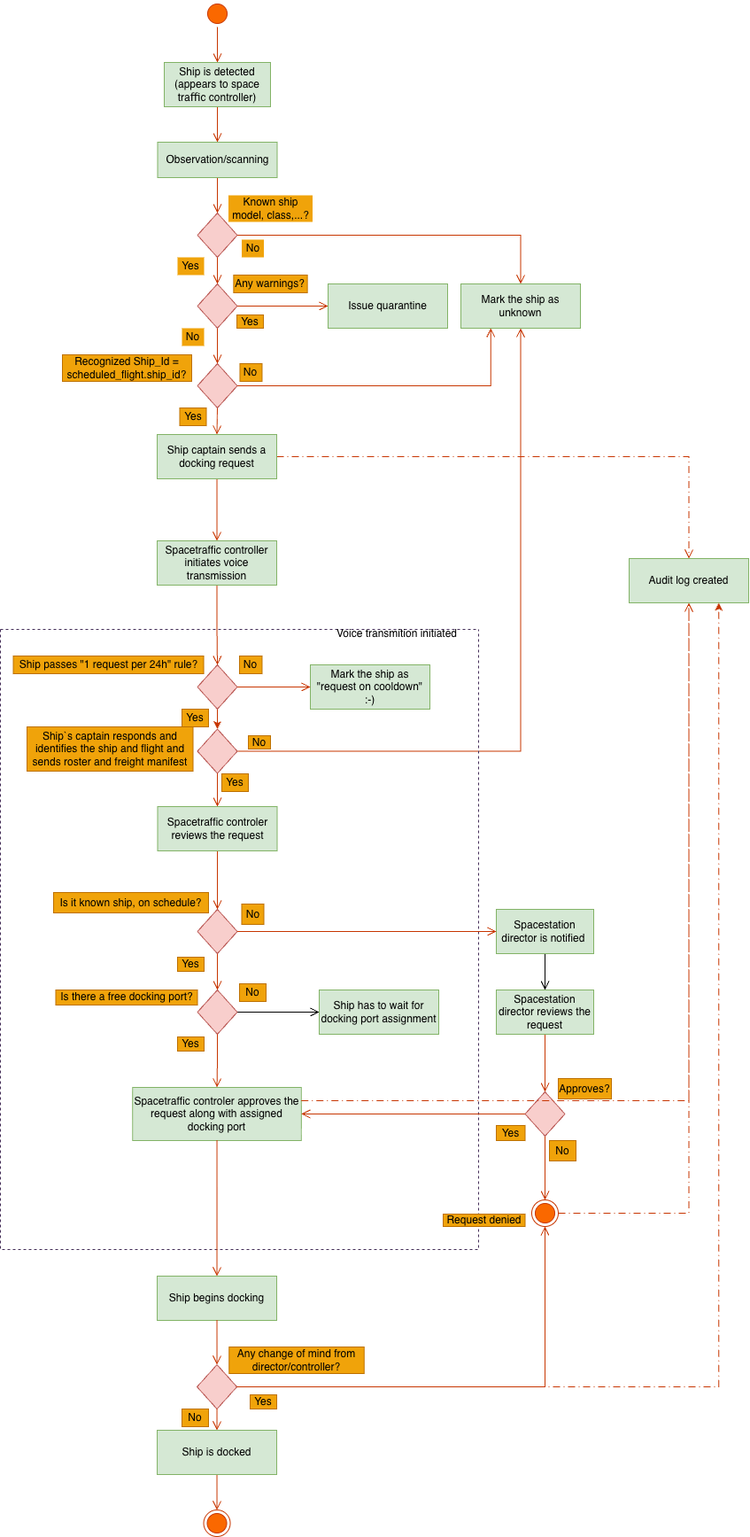
Above: Spacedock_BPMN.drawio.png in Casual159/SpaceDock-home-assignment (draw.io), before the change. Source tidied: cells renumbered, new cells last; positions are measured from the earlier drawing's top-left corner, leaving out a move shared by most shapes.
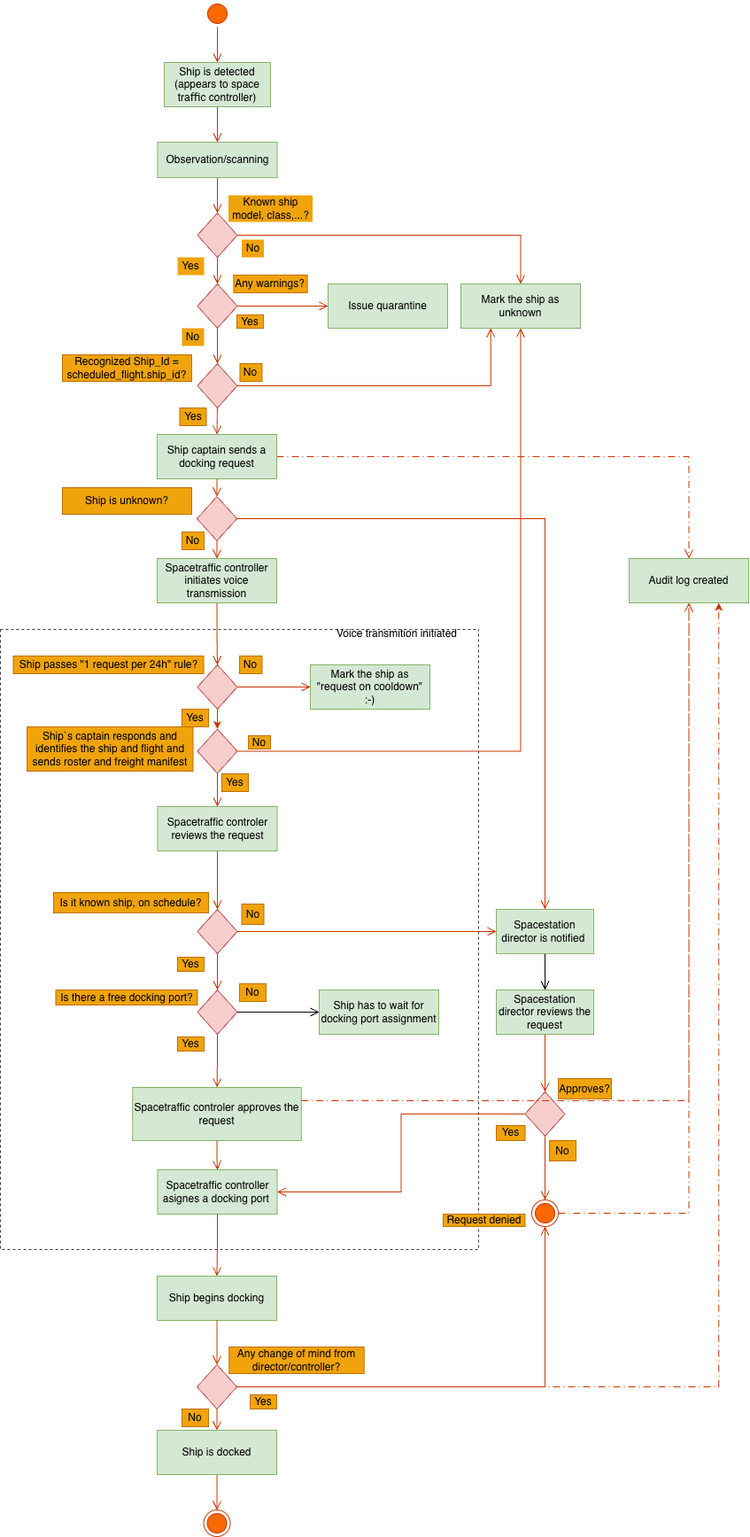
After the commit.

What changed in the source:
```diff
@@ -119,7 +119,10 @@
     <mxCell id="40" value="No" style="text;html=1;whiteSpace=wrap;align=center;verticalAlign=middle;rounded=0;fontFamily=Helvetica;fontSize=12;labelBackgroundColor=none;fillColor=#f0a30a;fontColor=#000000;strokeColor=#BD7000;" parent="22" vertex="1">
       <mxGeometry x="270" y="400" width="30" height="20" as="geometry" />
     </mxCell>
+    <mxCell id="92" style="edgeStyle=orthogonalEdgeStyle;shape=connector;rounded=0;jettySize=auto;html=1;strokeColor=#C73500;align=center;verticalAlign=bottom;fontFamily=Helvetica;fontSize=12;fontColor=default;labelBackgroundColor=none;endArrow=open;endSize=8;fillColor=#fa6800;" parent="22" edge="1" source="41" target="93">
+      <mxGeometry relative="1" as="geometry" />
+    </mxCell>
-    <mxCell id="41" value="Spacetraffic controler approves the request along with assigned docking port" style="rounded=0;whiteSpace=wrap;html=1;fontFamily=Helvetica;fontSize=12;labelBackgroundColor=none;fillColor=#d5e8d4;strokeColor=#82b366;" parent="22" vertex="1">
+    <mxCell id="41" value="Spacetraffic controler approves the request" style="rounded=0;whiteSpace=wrap;html=1;fontFamily=Helvetica;fontSize=12;labelBackgroundColor=none;fillColor=#d5e8d4;strokeColor=#82b366;" parent="22" vertex="1">
       <mxGeometry x="149.2" y="517" width="190.6" height="60" as="geometry" />
     </mxCell>
     <mxCell id="42" style="edgeStyle=orthogonalEdgeStyle;shape=connector;rounded=0;jettySize=auto;html=1;exitX=0.5;exitY=1;exitDx=0;exitDy=0;entryX=0.5;entryY=0;entryDx=0;entryDy=0;align=center;verticalAlign=bottom;fontFamily=Helvetica;fontSize=12;fontColor=default;labelBackgroundColor=none;endArrow=open;endSize=8;fillColor=#fa6800;strokeColor=#C73500;" parent="22" edge="1" source="37" target="41">
@@ -140,7 +143,7 @@
     <mxCell id="47" value="Spacestation director reviews the request" style="rounded=0;whiteSpace=wrap;html=1;fontFamily=Helvetica;fontSize=12;labelBackgroundColor=none;fillColor=#d5e8d4;strokeColor=#82b366;" parent="22" vertex="1">
       <mxGeometry x="560" y="407" width="110" height="50" as="geometry" />
     </mxCell>
-    <mxCell id="48" style="edgeStyle=orthogonalEdgeStyle;shape=connector;rounded=0;jettySize=auto;html=1;exitX=0;exitY=0.5;exitDx=0;exitDy=0;entryX=1;entryY=0.5;entryDx=0;entryDy=0;align=center;verticalAlign=bottom;fontFamily=Helvetica;fontSize=12;fontColor=default;labelBackgroundColor=none;endArrow=open;endSize=8;fillColor=#fa6800;strokeColor=#C73500;" parent="22" edge="1" source="50" target="41">
+    <mxCell id="48" style="edgeStyle=orthogonalEdgeStyle;shape=connector;rounded=0;jettySize=auto;html=1;exitX=0;exitY=0.5;exitDx=0;exitDy=0;entryX=1;entryY=0.5;entryDx=0;entryDy=0;align=center;verticalAlign=bottom;fontFamily=Helvetica;fontSize=12;fontColor=default;labelBackgroundColor=none;endArrow=open;endSize=8;fillColor=#fa6800;strokeColor=#C73500;" parent="22" edge="1" source="50" target="93">
       <mxGeometry relative="1" as="geometry" />
     </mxCell>
     <mxCell id="49" style="edgeStyle=orthogonalEdgeStyle;shape=connector;rounded=0;jettySize=auto;html=1;exitX=0.5;exitY=1;exitDx=0;exitDy=0;entryX=0.5;entryY=0;entryDx=0;entryDy=0;align=center;verticalAlign=bottom;fontFamily=Helvetica;fontSize=12;fontColor=default;labelBackgroundColor=none;endArrow=open;endSize=8;fillColor=#fa6800;strokeColor=#C73500;" parent="22" edge="1" source="50" target="53">
@@ -182,12 +185,15 @@
     <mxCell id="61" value="Ship passes &quot;1 request per 24h&quot; rule?" style="text;html=1;whiteSpace=wrap;align=center;verticalAlign=middle;rounded=0;fontFamily=Helvetica;fontSize=12;labelBackgroundColor=none;fillColor=#f0a30a;fontColor=#000000;strokeColor=#BD7000;" parent="22" vertex="1">
       <mxGeometry x="14.5" y="30" width="215" height="20" as="geometry" />
     </mxCell>
+    <mxCell id="93" value="Spacetraffic controller asignes a docking port&amp;nbsp;" style="rounded=0;whiteSpace=wrap;html=1;fontFamily=Helvetica;fontSize=12;labelBackgroundColor=none;fillColor=#d5e8d4;strokeColor=#82b366;" parent="22" vertex="1">
+      <mxGeometry x="177.5" y="610" width="135" height="50" as="geometry" />
+    </mxCell>
     <mxCell id="62" style="edgeStyle=orthogonalEdgeStyle;shape=connector;rounded=0;jettySize=auto;html=1;align=center;verticalAlign=bottom;fontFamily=Helvetica;fontSize=12;fontColor=default;labelBackgroundColor=none;endArrow=open;endSize=8;dashed=1;dashPattern=8 4 1 4;fillColor=#fa6800;strokeColor=#C73500;" parent="1" edge="1" source="64" target="75">
       <mxGeometry relative="1" as="geometry" />
     </mxCell>
-    <mxCell id="63" style="edgeStyle=orthogonalEdgeStyle;shape=connector;rounded=0;jettySize=auto;html=1;exitX=0.5;exitY=1;exitDx=0;exitDy=0;entryX=0.5;entryY=0;entryDx=0;entryDy=0;strokeColor=#C73500;align=center;verticalAlign=bottom;fontFamily=Helvetica;fontSize=12;fontColor=default;labelBackgroundColor=none;endArrow=open;endSize=8;fillColor=#fa6800;" parent="1" edge="1" source="64" target="87">
-      <mxGeometry relative="1" as="geometry" />
-    </mxCell>
+    <mxCell id="94" style="edgeStyle=orthogonalEdgeStyle;shape=connector;rounded=0;jettySize=auto;html=1;exitX=0.5;exitY=1;exitDx=0;exitDy=0;entryX=0.5;entryY=0;entryDx=0;entryDy=0;strokeColor=#C73500;align=center;verticalAlign=bottom;fontFamily=Helvetica;fontSize=12;fontColor=default;labelBackgroundColor=none;endArrow=open;endSize=8;fillColor=#fa6800;" parent="1" edge="1" source="64" target="97">
+      <mxGeometry relative="1" as="geometry" />
+    </mxCell>
     <mxCell id="64" value="Ship captain sends a docking request" style="rounded=0;whiteSpace=wrap;html=1;fontFamily=Helvetica;fontSize=12;labelBackgroundColor=none;fillColor=#d5e8d4;strokeColor=#82b366;" parent="1" vertex="1">
       <mxGeometry x="177" y="490" width="135" height="50" as="geometry" />
     </mxCell>
@@ -235,9 +241,6 @@
     <mxCell id="78" value="Ship begins docking" style="rounded=0;whiteSpace=wrap;html=1;fontFamily=Helvetica;fontSize=12;labelBackgroundColor=none;fillColor=#d5e8d4;strokeColor=#82b366;" parent="1" vertex="1">
       <mxGeometry x="177" y="1440" width="135" height="50" as="geometry" />
     </mxCell>
-    <mxCell id="79" style="edgeStyle=orthogonalEdgeStyle;shape=connector;rounded=0;jettySize=auto;html=1;exitX=0.5;exitY=1;exitDx=0;exitDy=0;entryX=0.5;entryY=0;entryDx=0;entryDy=0;align=center;verticalAlign=bottom;fontFamily=Helvetica;fontSize=12;fontColor=default;labelBackgroundColor=none;endArrow=open;endSize=8;fillColor=#fa6800;strokeColor=#C73500;" parent="1" edge="1" source="41" target="78">
-      <mxGeometry relative="1" as="geometry" />
-    </mxCell>
     <mxCell id="80" style="edgeStyle=orthogonalEdgeStyle;shape=connector;rounded=0;jettySize=auto;html=1;exitX=0.5;exitY=1;exitDx=0;exitDy=0;entryX=0.5;entryY=0;entryDx=0;entryDy=0;align=center;verticalAlign=bottom;fontFamily=Helvetica;fontSize=12;fontColor=default;labelBackgroundColor=none;endArrow=open;endSize=8;fillColor=#fa6800;strokeColor=#C73500;" parent="1" edge="1" source="78" target="82">
       <mxGeometry relative="1" as="geometry" />
     </mxCell>
@@ -260,7 +263,7 @@
       <mxGeometry relative="1" as="geometry" />
     </mxCell>
     <mxCell id="87" value="Spacetraffic controller initiates voice transmission" style="rounded=0;whiteSpace=wrap;html=1;fontFamily=Helvetica;fontSize=12;labelBackgroundColor=none;fillColor=#d5e8d4;strokeColor=#82b366;" parent="1" vertex="1">
-      <mxGeometry x="177" y="610" width="135" height="50" as="geometry" />
+      <mxGeometry x="177" y="630" width="135" height="50" as="geometry" />
     </mxCell>
     <mxCell id="88" value="No" style="text;html=1;whiteSpace=wrap;align=center;verticalAlign=middle;rounded=0;fontFamily=Helvetica;fontSize=12;labelBackgroundColor=none;fillColor=#f0a30a;fontColor=#000000;strokeColor=none;" parent="1" vertex="1">
       <mxGeometry x="205" y="370" width="25" height="20" as="geometry" />
@@ -274,5 +277,23 @@
     <mxCell id="91" value="No" style="text;html=1;whiteSpace=wrap;align=center;verticalAlign=middle;rounded=0;fontFamily=Helvetica;fontSize=12;labelBackgroundColor=none;fillColor=#f0a30a;fontColor=#000000;strokeColor=#BD7000;" parent="1" vertex="1">
       <mxGeometry x="620" y="1287" width="30" height="23" as="geometry" />
     </mxCell>
+    <mxCell id="95" style="edgeStyle=orthogonalEdgeStyle;shape=connector;rounded=0;jettySize=auto;html=1;exitX=0.5;exitY=1;exitDx=0;exitDy=0;entryX=0.5;entryY=0;entryDx=0;entryDy=0;strokeColor=#C73500;align=center;verticalAlign=bottom;fontFamily=Helvetica;fontSize=12;fontColor=default;labelBackgroundColor=none;endArrow=open;endSize=8;fillColor=#fa6800;" parent="1" edge="1" source="97" target="87">
+      <mxGeometry relative="1" as="geometry" />
+    </mxCell>
+    <mxCell id="96" style="edgeStyle=orthogonalEdgeStyle;shape=connector;rounded=0;jettySize=auto;html=1;exitX=1;exitY=0.5;exitDx=0;exitDy=0;entryX=0.5;entryY=0;entryDx=0;entryDy=0;strokeColor=#C73500;align=center;verticalAlign=bottom;fontFamily=Helvetica;fontSize=12;fontColor=default;labelBackgroundColor=none;endArrow=open;endSize=8;fillColor=#fa6800;" parent="1" edge="1" source="97" target="44">
+      <mxGeometry relative="1" as="geometry" />
+    </mxCell>
+    <mxCell id="97" style="rhombus;whiteSpace=wrap;html=1;fontFamily=Helvetica;fontSize=12;labelBackgroundColor=none;fillColor=#f8cecc;strokeColor=#b85450;" parent="1" vertex="1">
+      <mxGeometry x="222" y="560" width="45" height="50" as="geometry" />
+    </mxCell>
+    <mxCell id="98" value="Ship is unknown?" style="text;html=1;whiteSpace=wrap;align=center;verticalAlign=middle;rounded=0;fontFamily=Helvetica;fontSize=12;labelBackgroundColor=none;fillColor=#f0a30a;fontColor=#000000;strokeColor=#BD7000;" parent="1" vertex="1">
+      <mxGeometry x="70" y="550" width="146" height="30" as="geometry" />
+    </mxCell>
+    <mxCell id="99" value="No" style="text;html=1;whiteSpace=wrap;align=center;verticalAlign=middle;rounded=0;fontFamily=Helvetica;fontSize=12;labelBackgroundColor=none;fillColor=#f0a30a;fontColor=#000000;strokeColor=#BD7000;" parent="1" vertex="1">
+      <mxGeometry x="205" y="600" width="25" height="20" as="geometry" />
+    </mxCell>
+    <mxCell id="100" style="edgeStyle=orthogonalEdgeStyle;shape=connector;rounded=0;jettySize=auto;html=1;strokeColor=#C73500;align=center;verticalAlign=bottom;fontFamily=Helvetica;fontSize=12;fontColor=default;labelBackgroundColor=none;endArrow=open;endSize=8;fillColor=#fa6800;" parent="1" edge="1" source="93" target="78">
+      <mxGeometry relative="1" as="geometry" />
+    </mxCell>
   </root>
 </mxGraphModel>
```
